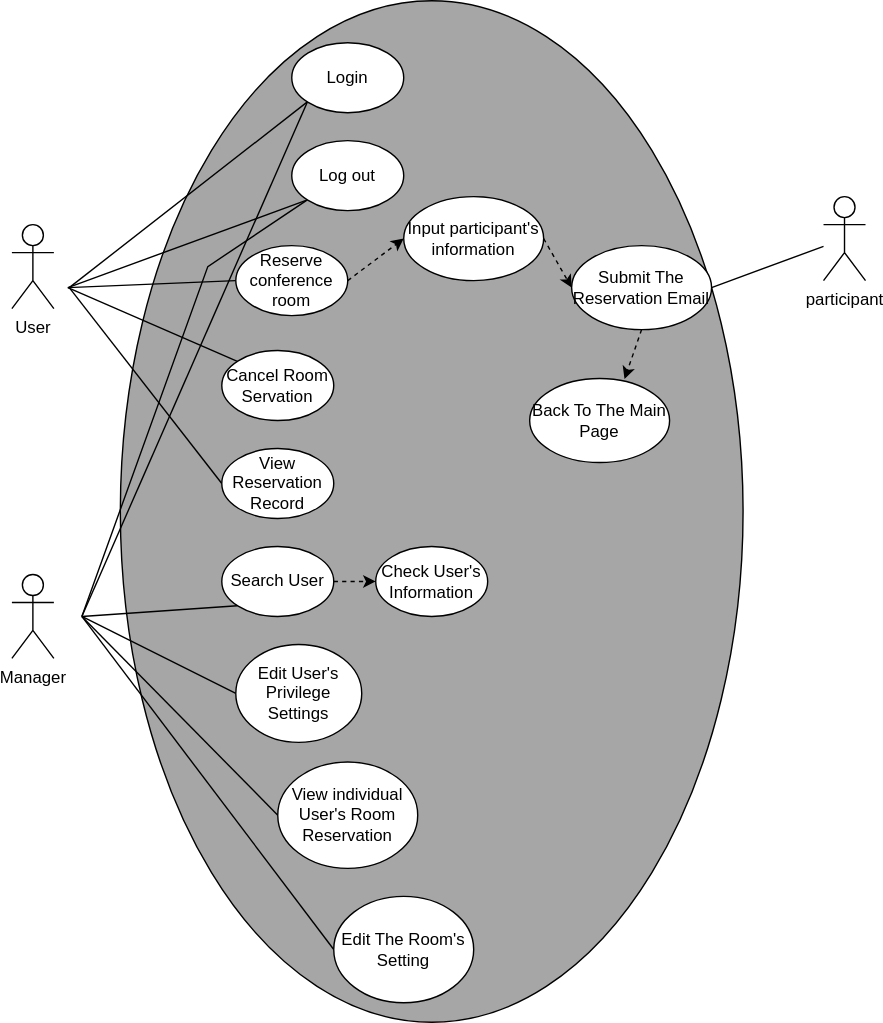
Above: Drawio/D_4.1.drawio.svg in CCCpeggy/Reservatio-system (draw.io), before the change. Source tidied: cells renumbered, new cells last; positions are measured from the earlier drawing's top-left corner, leaving out a move shared by most shapes. Its diagram source:
```xml
<mxGraphModel>
  <root>
    <mxCell id="0" />
    <mxCell id="1" parent="0" />
    <mxCell id="2" style="ellipse;whiteSpace=wrap;html=1;fillColor=#A6A6A6;" parent="1" vertex="1">
      <mxGeometry x="77.5" width="445" height="730" as="geometry" />
    </mxCell>
    <mxCell id="3" value="User" style="shape=umlActor;verticalLabelPosition=bottom;verticalAlign=top;html=1;" parent="1" vertex="1">
      <mxGeometry y="160" width="30" height="60" as="geometry" />
    </mxCell>
    <mxCell id="4" style="edgeStyle=none;rounded=0;jettySize=auto;html=1;exitX=0;exitY=1;exitDx=0;exitDy=0;endArrow=none;endFill=0;" parent="1" edge="1" source="6">
      <mxGeometry relative="1" as="geometry">
        <mxPoint x="41" y="205" as="targetPoint" />
      </mxGeometry>
    </mxCell>
    <mxCell id="5" style="edgeStyle=none;rounded=0;jettySize=auto;html=1;exitX=0;exitY=1;exitDx=0;exitDy=0;endArrow=none;endFill=0;" parent="1" edge="1" source="6">
      <mxGeometry relative="1" as="geometry">
        <mxPoint x="50" y="440" as="targetPoint" />
      </mxGeometry>
    </mxCell>
    <mxCell id="6" value="Login" style="ellipse;whiteSpace=wrap;html=1;" parent="1" vertex="1">
      <mxGeometry x="200" y="30" width="80" height="50" as="geometry" />
    </mxCell>
    <mxCell id="7" style="edgeStyle=none;rounded=0;jettySize=auto;html=1;exitX=0;exitY=1;exitDx=0;exitDy=0;endArrow=none;endFill=0;" parent="1" edge="1" source="9">
      <mxGeometry relative="1" as="geometry">
        <mxPoint x="40" y="205" as="targetPoint" />
      </mxGeometry>
    </mxCell>
    <mxCell id="8" style="edgeStyle=none;rounded=0;jettySize=auto;html=1;exitX=0;exitY=1;exitDx=0;exitDy=0;endArrow=none;endFill=0;" parent="1" edge="1" source="9">
      <mxGeometry relative="1" as="geometry">
        <mxPoint x="50" y="440" as="targetPoint" />
        <Array as="points">
          <mxPoint x="140" y="190" />
        </Array>
      </mxGeometry>
    </mxCell>
    <mxCell id="9" value="Log out" style="ellipse;whiteSpace=wrap;html=1;" parent="1" vertex="1">
      <mxGeometry x="200" y="100" width="80" height="50" as="geometry" />
    </mxCell>
    <mxCell id="10" style="edgeStyle=none;rounded=0;jettySize=auto;html=1;exitX=0;exitY=0.5;exitDx=0;exitDy=0;endArrow=none;endFill=0;" parent="1" edge="1" source="12">
      <mxGeometry relative="1" as="geometry">
        <mxPoint x="40" y="205" as="targetPoint" />
      </mxGeometry>
    </mxCell>
    <mxCell id="11" style="edgeStyle=none;rounded=0;jettySize=auto;html=1;exitX=1;exitY=0.5;exitDx=0;exitDy=0;entryX=0;entryY=0.5;entryDx=0;entryDy=0;dashed=1;endArrow=classic;endFill=1;" parent="1" edge="1" source="12" target="27">
      <mxGeometry relative="1" as="geometry" />
    </mxCell>
    <mxCell id="12" value="Reserve conference room" style="ellipse;whiteSpace=wrap;html=1;" parent="1" vertex="1">
      <mxGeometry x="160" y="175" width="80" height="50" as="geometry" />
    </mxCell>
    <mxCell id="13" style="rounded=0;jettySize=auto;html=1;exitX=0;exitY=0;exitDx=0;exitDy=0;endArrow=none;endFill=0;" parent="1" edge="1" source="14">
      <mxGeometry relative="1" as="geometry">
        <mxPoint x="40" y="205" as="targetPoint" />
      </mxGeometry>
    </mxCell>
    <mxCell id="14" value="Cancel Room Servation" style="ellipse;whiteSpace=wrap;html=1;" parent="1" vertex="1">
      <mxGeometry x="150" y="250" width="80" height="50" as="geometry" />
    </mxCell>
    <mxCell id="15" value="Manager" style="shape=umlActor;verticalLabelPosition=bottom;verticalAlign=top;html=1;" parent="1" vertex="1">
      <mxGeometry y="410" width="30" height="60" as="geometry" />
    </mxCell>
    <mxCell id="16" style="edgeStyle=none;rounded=0;jettySize=auto;html=1;exitX=0;exitY=1;exitDx=0;exitDy=0;endArrow=none;endFill=0;" parent="1" edge="1" source="18">
      <mxGeometry relative="1" as="geometry">
        <mxPoint x="50" y="440" as="targetPoint" />
      </mxGeometry>
    </mxCell>
    <mxCell id="17" style="edgeStyle=none;rounded=0;jettySize=auto;html=1;exitX=1;exitY=0.5;exitDx=0;exitDy=0;entryX=0;entryY=0.5;entryDx=0;entryDy=0;endArrow=classic;endFill=1;dashed=1;" parent="1" edge="1" source="18" target="23">
      <mxGeometry relative="1" as="geometry" />
    </mxCell>
    <mxCell id="18" value="Search User" style="ellipse;whiteSpace=wrap;html=1;" parent="1" vertex="1">
      <mxGeometry x="150" y="390" width="80" height="50" as="geometry" />
    </mxCell>
    <mxCell id="19" style="edgeStyle=none;rounded=0;jettySize=auto;html=1;exitX=0;exitY=0.5;exitDx=0;exitDy=0;endArrow=none;endFill=0;" parent="1" edge="1" source="20">
      <mxGeometry relative="1" as="geometry">
        <mxPoint x="50" y="440" as="targetPoint" />
      </mxGeometry>
    </mxCell>
    <mxCell id="20" value="Edit User's Privilege Settings" style="ellipse;whiteSpace=wrap;html=1;" parent="1" vertex="1">
      <mxGeometry x="160" y="460" width="90" height="70" as="geometry" />
    </mxCell>
    <mxCell id="21" style="edgeStyle=none;rounded=0;jettySize=auto;html=1;exitX=0;exitY=0.5;exitDx=0;exitDy=0;endArrow=none;endFill=0;" parent="1" edge="1" source="22">
      <mxGeometry relative="1" as="geometry">
        <mxPoint x="50" y="440" as="targetPoint" />
      </mxGeometry>
    </mxCell>
    <mxCell id="22" value="View individual User's Room Reservation" style="ellipse;whiteSpace=wrap;html=1;" parent="1" vertex="1">
      <mxGeometry x="190" y="544" width="100" height="76" as="geometry" />
    </mxCell>
    <mxCell id="23" value="Check User's Information" style="ellipse;whiteSpace=wrap;html=1;" parent="1" vertex="1">
      <mxGeometry x="260" y="390" width="80" height="50" as="geometry" />
    </mxCell>
    <mxCell id="24" style="edgeStyle=none;rounded=0;jettySize=auto;html=1;exitX=0;exitY=0.5;exitDx=0;exitDy=0;endArrow=none;endFill=0;" parent="1" edge="1" source="25">
      <mxGeometry relative="1" as="geometry">
        <mxPoint x="50" y="440" as="targetPoint" />
      </mxGeometry>
    </mxCell>
    <mxCell id="25" value="Edit The Room's Setting" style="ellipse;whiteSpace=wrap;html=1;" parent="1" vertex="1">
      <mxGeometry x="230" y="640" width="100" height="76" as="geometry" />
    </mxCell>
    <mxCell id="26" style="edgeStyle=none;rounded=0;jettySize=auto;html=1;exitX=1;exitY=0.5;exitDx=0;exitDy=0;entryX=0;entryY=0.5;entryDx=0;entryDy=0;dashed=1;endArrow=classic;endFill=1;" parent="1" edge="1" source="27" target="31">
      <mxGeometry relative="1" as="geometry" />
    </mxCell>
    <mxCell id="27" value="Input participant's information" style="ellipse;whiteSpace=wrap;html=1;" parent="1" vertex="1">
      <mxGeometry x="280" y="140" width="100" height="60" as="geometry" />
    </mxCell>
    <mxCell id="28" value="participant" style="shape=umlActor;verticalLabelPosition=bottom;verticalAlign=top;html=1;outlineConnect=0;" parent="1" vertex="1">
      <mxGeometry x="580" y="140" width="30" height="60" as="geometry" />
    </mxCell>
    <mxCell id="29" style="edgeStyle=none;rounded=0;jettySize=auto;html=1;exitX=1;exitY=0.5;exitDx=0;exitDy=0;endArrow=none;endFill=0;" parent="1" edge="1" source="31" target="28">
      <mxGeometry relative="1" as="geometry" />
    </mxCell>
    <mxCell id="30" style="edgeStyle=none;rounded=0;jettySize=auto;html=1;exitX=0.5;exitY=1;exitDx=0;exitDy=0;entryX=0.678;entryY=0.006;entryDx=0;entryDy=0;entryPerimeter=0;endArrow=classic;endFill=1;dashed=1;" parent="1" edge="1" source="31" target="34">
      <mxGeometry relative="1" as="geometry" />
    </mxCell>
    <mxCell id="31" value="Submit The Reservation Email&amp;nbsp;" style="ellipse;whiteSpace=wrap;html=1;" parent="1" vertex="1">
      <mxGeometry x="400" y="175" width="100" height="60" as="geometry" />
    </mxCell>
    <mxCell id="32" style="edgeStyle=none;rounded=0;jettySize=auto;html=1;exitX=0;exitY=0.5;exitDx=0;exitDy=0;endArrow=none;endFill=0;" parent="1" edge="1" source="33">
      <mxGeometry relative="1" as="geometry">
        <mxPoint x="41" y="205" as="targetPoint" />
      </mxGeometry>
    </mxCell>
    <mxCell id="33" value="View Reservation Record" style="ellipse;whiteSpace=wrap;html=1;" parent="1" vertex="1">
      <mxGeometry x="150" y="320" width="80" height="50" as="geometry" />
    </mxCell>
    <mxCell id="34" value="Back To The Main Page" style="ellipse;whiteSpace=wrap;html=1;" parent="1" vertex="1">
      <mxGeometry x="370" y="270" width="100" height="60" as="geometry" />
    </mxCell>
  </root>
</mxGraphModel>
```
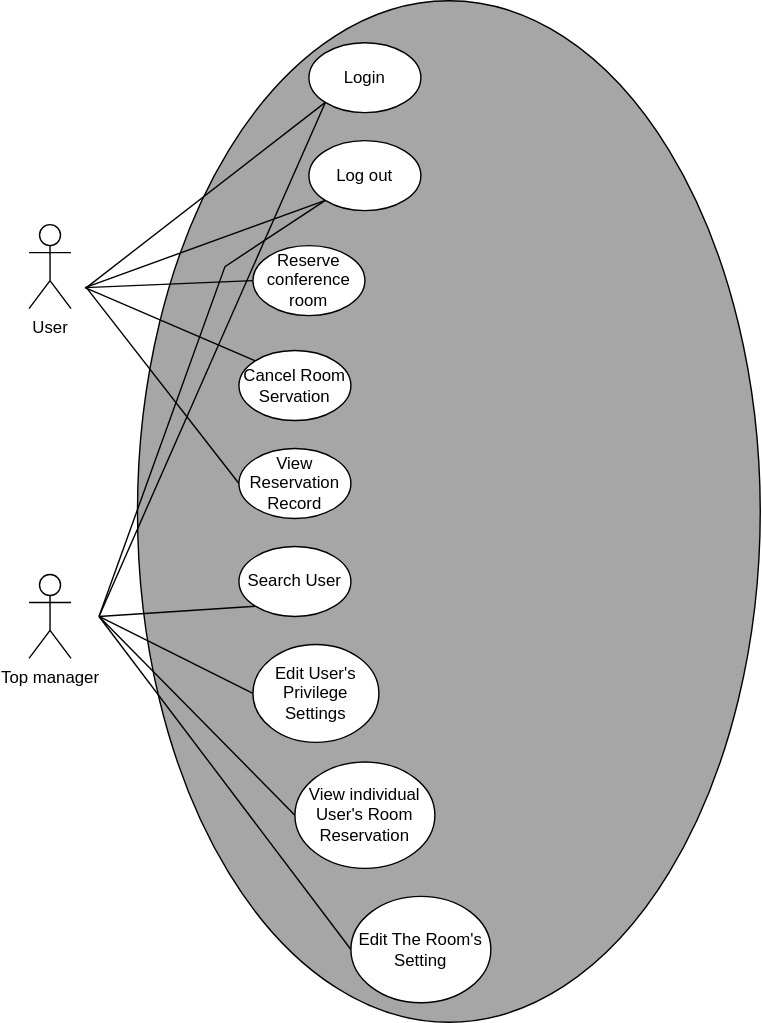
Later version of the same file.

What changed in the source:
```diff
@@ -42,9 +42,6 @@
         <mxPoint x="40" y="205" as="targetPoint" />
       </mxGeometry>
     </mxCell>
-    <mxCell id="11" style="edgeStyle=none;rounded=0;jettySize=auto;html=1;exitX=1;exitY=0.5;exitDx=0;exitDy=0;entryX=0;entryY=0.5;entryDx=0;entryDy=0;dashed=1;endArrow=classic;endFill=1;" parent="1" edge="1" source="12" target="27">
-      <mxGeometry relative="1" as="geometry" />
-    </mxCell>
     <mxCell id="12" value="Reserve conference room" style="ellipse;whiteSpace=wrap;html=1;" parent="1" vertex="1">
       <mxGeometry x="160" y="175" width="80" height="50" as="geometry" />
     </mxCell>
@@ -56,7 +53,7 @@
     <mxCell id="14" value="Cancel Room Servation" style="ellipse;whiteSpace=wrap;html=1;" parent="1" vertex="1">
       <mxGeometry x="150" y="250" width="80" height="50" as="geometry" />
     </mxCell>
-    <mxCell id="15" value="Manager" style="shape=umlActor;verticalLabelPosition=bottom;verticalAlign=top;html=1;" parent="1" vertex="1">
+    <mxCell id="15" value="Top manager" style="shape=umlActor;verticalLabelPosition=bottom;verticalAlign=top;html=1;" parent="1" vertex="1">
       <mxGeometry y="410" width="30" height="60" as="geometry" />
     </mxCell>
     <mxCell id="16" style="edgeStyle=none;rounded=0;jettySize=auto;html=1;exitX=0;exitY=1;exitDx=0;exitDy=0;endArrow=none;endFill=0;" parent="1" edge="1" source="18">
@@ -64,9 +61,6 @@
         <mxPoint x="50" y="440" as="targetPoint" />
       </mxGeometry>
     </mxCell>
-    <mxCell id="17" style="edgeStyle=none;rounded=0;jettySize=auto;html=1;exitX=1;exitY=0.5;exitDx=0;exitDy=0;entryX=0;entryY=0.5;entryDx=0;entryDy=0;endArrow=classic;endFill=1;dashed=1;" parent="1" edge="1" source="18" target="23">
-      <mxGeometry relative="1" as="geometry" />
-    </mxCell>
     <mxCell id="18" value="Search User" style="ellipse;whiteSpace=wrap;html=1;" parent="1" vertex="1">
       <mxGeometry x="150" y="390" width="80" height="50" as="geometry" />
     </mxCell>
@@ -86,9 +80,6 @@
     <mxCell id="22" value="View individual User's Room Reservation" style="ellipse;whiteSpace=wrap;html=1;" parent="1" vertex="1">
       <mxGeometry x="190" y="544" width="100" height="76" as="geometry" />
     </mxCell>
-    <mxCell id="23" value="Check User's Information" style="ellipse;whiteSpace=wrap;html=1;" parent="1" vertex="1">
-      <mxGeometry x="260" y="390" width="80" height="50" as="geometry" />
-    </mxCell>
     <mxCell id="24" style="edgeStyle=none;rounded=0;jettySize=auto;html=1;exitX=0;exitY=0.5;exitDx=0;exitDy=0;endArrow=none;endFill=0;" parent="1" edge="1" source="25">
       <mxGeometry relative="1" as="geometry">
         <mxPoint x="50" y="440" as="targetPoint" />
@@ -97,24 +88,16 @@
     <mxCell id="25" value="Edit The Room's Setting" style="ellipse;whiteSpace=wrap;html=1;" parent="1" vertex="1">
       <mxGeometry x="230" y="640" width="100" height="76" as="geometry" />
     </mxCell>
-    <mxCell id="26" style="edgeStyle=none;rounded=0;jettySize=auto;html=1;exitX=1;exitY=0.5;exitDx=0;exitDy=0;entryX=0;entryY=0.5;entryDx=0;entryDy=0;dashed=1;endArrow=classic;endFill=1;" parent="1" edge="1" source="27" target="31">
-      <mxGeometry relative="1" as="geometry" />
+    <mxCell id="26" style="edgeStyle=none;rounded=0;orthogonalLoop=1;jettySize=auto;html=1;exitX=1;exitY=0.5;exitDx=0;exitDy=0;entryX=0;entryY=0.5;entryDx=0;entryDy=0;dashed=1;endArrow=classic;endFill=1;" parent="1" edge="1">
+      <mxGeometry relative="1" as="geometry">
+        <mxPoint x="400" y="205" as="targetPoint" />
+      </mxGeometry>
     </mxCell>
-    <mxCell id="27" value="Input participant's information" style="ellipse;whiteSpace=wrap;html=1;" parent="1" vertex="1">
-      <mxGeometry x="280" y="140" width="100" height="60" as="geometry" />
-    </mxCell>
-    <mxCell id="28" value="participant" style="shape=umlActor;verticalLabelPosition=bottom;verticalAlign=top;html=1;outlineConnect=0;" parent="1" vertex="1">
-      <mxGeometry x="580" y="140" width="30" height="60" as="geometry" />
-    </mxCell>
-    <mxCell id="29" style="edgeStyle=none;rounded=0;jettySize=auto;html=1;exitX=1;exitY=0.5;exitDx=0;exitDy=0;endArrow=none;endFill=0;" parent="1" edge="1" source="31" target="28">
-      <mxGeometry relative="1" as="geometry" />
-    </mxCell>
-    <mxCell id="30" style="edgeStyle=none;rounded=0;jettySize=auto;html=1;exitX=0.5;exitY=1;exitDx=0;exitDy=0;entryX=0.678;entryY=0.006;entryDx=0;entryDy=0;entryPerimeter=0;endArrow=classic;endFill=1;dashed=1;" parent="1" edge="1" source="31" target="34">
-      <mxGeometry relative="1" as="geometry" />
+    <mxCell id="30" style="edgeStyle=none;rounded=0;orthogonalLoop=1;jettySize=auto;html=1;exitX=0.5;exitY=1;exitDx=0;exitDy=0;entryX=0.678;entryY=0.006;entryDx=0;entryDy=0;entryPerimeter=0;endArrow=classic;endFill=1;dashed=1;" parent="1" edge="1">
+      <mxGeometry relative="1" as="geometry">
+        <mxPoint x="450" y="235" as="sourcePoint" />
+      </mxGeometry>
     </mxCell>
-    <mxCell id="31" value="Submit The Reservation Email&amp;nbsp;" style="ellipse;whiteSpace=wrap;html=1;" parent="1" vertex="1">
-      <mxGeometry x="400" y="175" width="100" height="60" as="geometry" />
-    </mxCell>
     <mxCell id="32" style="edgeStyle=none;rounded=0;jettySize=auto;html=1;exitX=0;exitY=0.5;exitDx=0;exitDy=0;endArrow=none;endFill=0;" parent="1" edge="1" source="33">
       <mxGeometry relative="1" as="geometry">
         <mxPoint x="41" y="205" as="targetPoint" />
@@ -123,8 +106,5 @@
     <mxCell id="33" value="View Reservation Record" style="ellipse;whiteSpace=wrap;html=1;" parent="1" vertex="1">
       <mxGeometry x="150" y="320" width="80" height="50" as="geometry" />
     </mxCell>
-    <mxCell id="34" value="Back To The Main Page" style="ellipse;whiteSpace=wrap;html=1;" parent="1" vertex="1">
-      <mxGeometry x="370" y="270" width="100" height="60" as="geometry" />
-    </mxCell>
   </root>
 </mxGraphModel>
```
